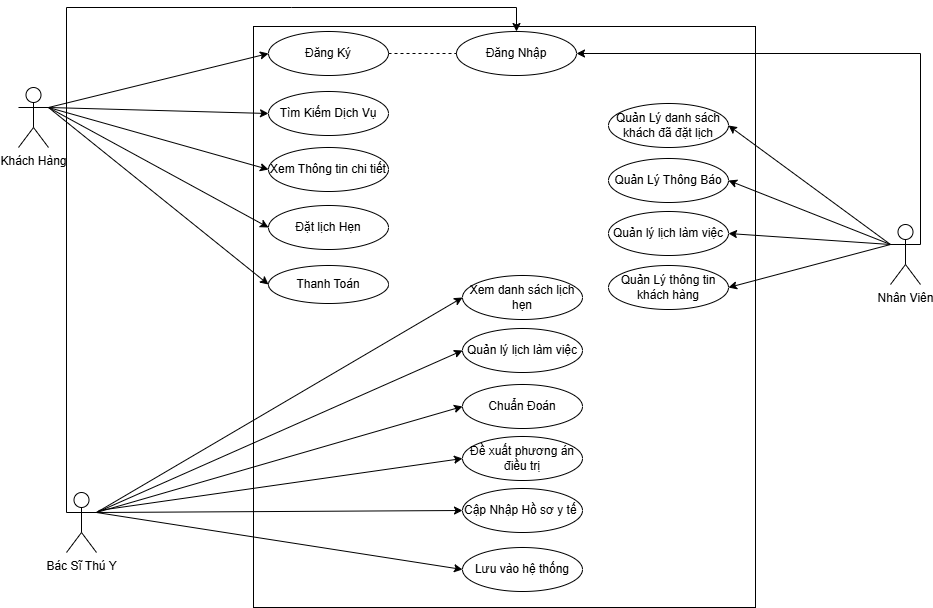
Before: sheet8.drawio.png, a diagram exported from draw.io (Junglou/-n). Source tidied: cells renumbered, new cells last; positions are measured from the earlier drawing's top-left corner, leaving out a move shared by most shapes.
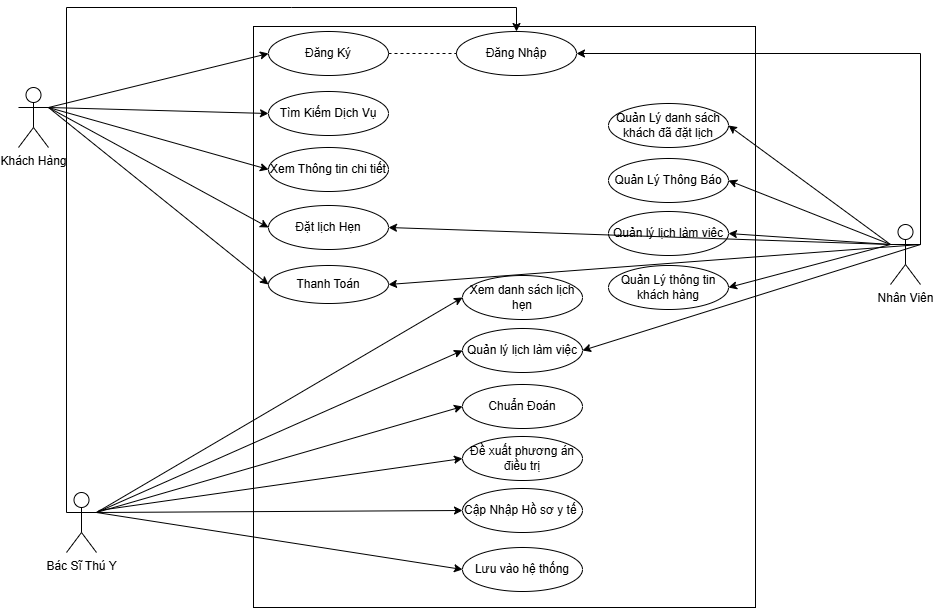
The same diagram one commit later.

Diff of the diagram source:
```diff
@@ -128,5 +128,14 @@
     <mxCell id="39" style="endArrow=classic;html=1;rounded=0;entryX=1;entryY=0.5;entryDx=0;entryDy=0;exitX=0;exitY=0.3333333333333333;exitDx=0;exitDy=0;exitPerimeter=0;" parent="1" edge="1" source="4" target="27">
       <mxGeometry relative="1" as="geometry" />
     </mxCell>
+    <mxCell id="40" style="endArrow=classic;html=1;rounded=0;entryX=1;entryY=0.5;entryDx=0;entryDy=0;exitX=0;exitY=0.3333333333333333;exitDx=0;exitDy=0;exitPerimeter=0;" parent="1" edge="1" source="4" target="10">
+      <mxGeometry relative="1" as="geometry" />
+    </mxCell>
+    <mxCell id="41" style="endArrow=classic;html=1;rounded=0;entryX=1;entryY=0.5;entryDx=0;entryDy=0;exitX=1;exitY=0.3333333333333333;exitDx=0;exitDy=0;exitPerimeter=0;" parent="1" edge="1" source="4" target="16">
+      <mxGeometry relative="1" as="geometry" />
+    </mxCell>
+    <mxCell id="42" style="endArrow=classic;html=1;rounded=0;exitX=1;exitY=0.3333333333333333;exitDx=0;exitDy=0;exitPerimeter=0;entryX=1;entryY=0.5;entryDx=0;entryDy=0;" parent="1" edge="1" source="4" target="12">
+      <mxGeometry relative="1" as="geometry" />
+    </mxCell>
   </root>
 </mxGraphModel>
```
